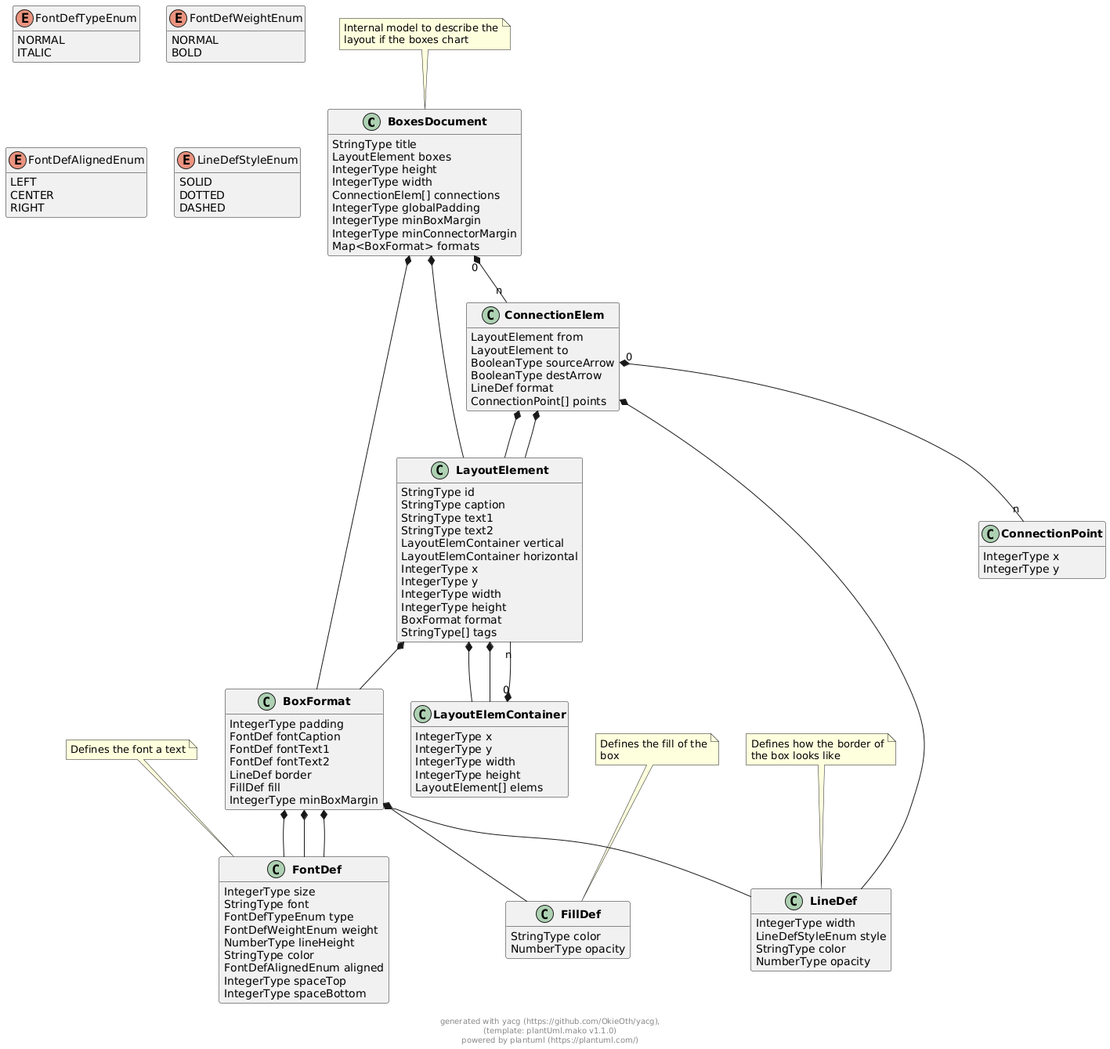
The PlantUML diagram docs/models/png/boxes_document.png in OkieOth/draw.chart.things, before a commit.
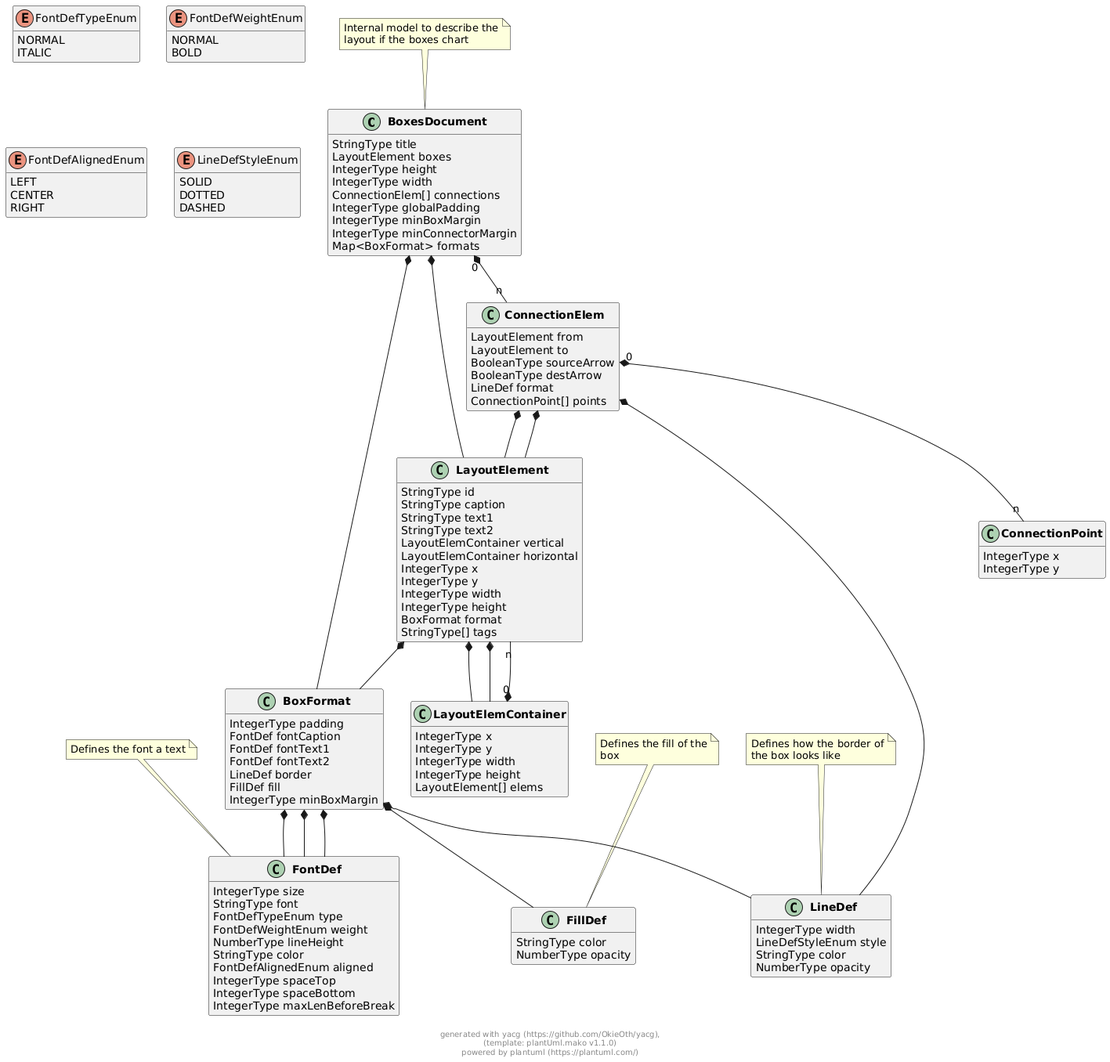
The same file after the commit.

Commit message:
implemented the calculation of text boxes

The edit, as a diff of the source:
```diff
@@ -86,6 +86,7 @@
         FontDefAlignedEnum aligned
         IntegerType spaceTop
         IntegerType spaceBottom
+        IntegerType maxLenBeforeBreak
 }
 note top: Defines the font a text
 
@@ -219,5 +220,6 @@
 
 
 
+
 footer \ngenerated with yacg (https://github.com/OkieOth/yacg),\n(template: plantUml.mako v1.1.0)\npowered by plantuml (https://plantuml.com/)
 @enduml
```
